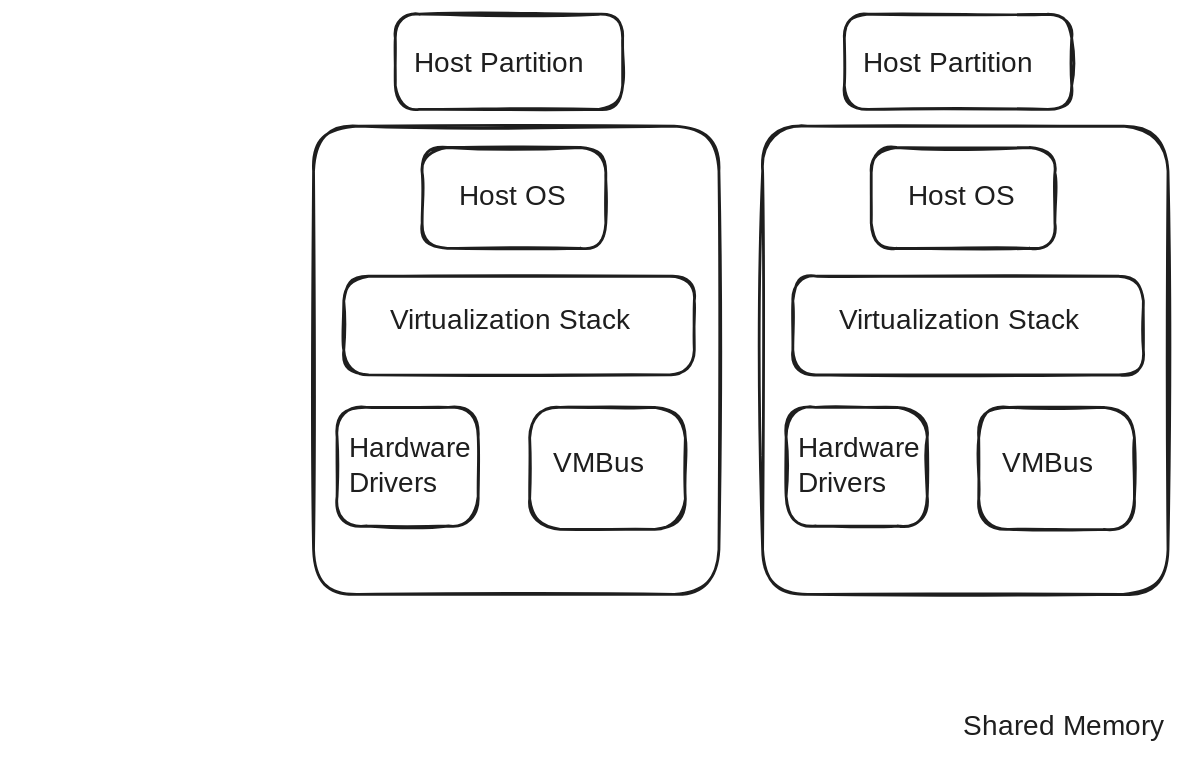
Before: Notes Factory/Semister 5/CLD/qb/rough.excalidraw.svg, a diagram exported from Excalidraw (P7XCKD/NF). Source tidied: one line per element, renumbered; positions are measured from the earlier drawing's top-left corner, leaving out a move shared by most shapes. The source it was exported from:
```json
{"id": 0, "type": "text", "text": "Shared Memory", "strokeColor": "#1e1e1e", "strokeWidth": 2, "roughness": 1, "fontSize": 20, "fontFamily": 5, "x": 464, "y": 498, "width": 146, "height": 25}
{"id": 1, "type": "text", "text": "Host Partition", "strokeColor": "#1e1e1e", "strokeWidth": 2, "roughness": 1, "fontSize": 20, "fontFamily": 5, "x": 72, "y": 24, "width": 141, "height": 25}
{"id": 2, "type": "text", "text": "Host OS", "strokeColor": "#1e1e1e", "strokeWidth": 2, "roughness": 1, "fontSize": 20, "fontFamily": 5, "x": 104, "y": 118, "width": 82, "height": 25}
{"id": 3, "type": "text", "text": "Virtualization Stack", "strokeColor": "#1e1e1e", "strokeWidth": 2, "roughness": 1, "fontSize": 20, "fontFamily": 5, "x": 54, "y": 207, "width": 194, "height": 25}
{"id": 4, "type": "text", "text": "Hardware\nDrivers", "strokeColor": "#1e1e1e", "strokeWidth": 2, "roughness": 1, "fontSize": 20, "fontFamily": 5, "x": 26, "y": 298, "width": 87, "height": 50}
{"id": 5, "type": "text", "text": "    VMBus", "strokeColor": "#1e1e1e", "strokeWidth": 2, "roughness": 1, "fontSize": 20, "fontFamily": 5, "x": 148, "y": 310, "width": 128, "height": 25}
{"id": 6, "type": "rectangle", "strokeColor": "#1e1e1e", "strokeWidth": 2, "roughness": 1, "round": true, "x": 58, "y": 0, "width": 162, "height": 68}
{"id": 7, "type": "rectangle", "strokeColor": "#1e1e1e", "strokeWidth": 2, "roughness": 1, "round": true, "x": 78, "y": 95, "width": 131, "height": 72}
{"id": 8, "type": "rectangle", "strokeColor": "#1e1e1e", "strokeWidth": 2, "roughness": 1, "round": true, "x": 22, "y": 187, "width": 250, "height": 70}
{"id": 9, "type": "rectangle", "strokeColor": "#1e1e1e", "strokeWidth": 2, "roughness": 1, "round": true, "x": 17, "y": 281, "width": 101, "height": 85}
{"id": 10, "type": "rectangle", "strokeColor": "#1e1e1e", "strokeWidth": 2, "roughness": 1, "round": true, "x": 154, "y": 281, "width": 111, "height": 87}
{"id": 11, "type": "rectangle", "strokeColor": "#1e1e1e", "strokeWidth": 2, "roughness": 1, "round": true, "x": 0, "y": 80, "width": 290, "height": 334}
{"id": 12, "type": "text", "text": "Host Partition", "strokeColor": "#1e1e1e", "strokeWidth": 2, "roughness": 1, "fontSize": 20, "fontFamily": 5, "x": 393, "y": 24, "width": 141, "height": 25}
{"id": 13, "type": "text", "text": "Host OS", "strokeColor": "#1e1e1e", "strokeWidth": 2, "roughness": 1, "fontSize": 20, "fontFamily": 5, "x": 425, "y": 118, "width": 82, "height": 25}
{"id": 14, "type": "text", "text": "Virtualization Stack", "strokeColor": "#1e1e1e", "strokeWidth": 2, "roughness": 1, "fontSize": 20, "fontFamily": 5, "x": 375, "y": 207, "width": 194, "height": 25}
{"id": 15, "type": "text", "text": "Hardware\nDrivers", "strokeColor": "#1e1e1e", "strokeWidth": 2, "roughness": 1, "fontSize": 20, "fontFamily": 5, "x": 346, "y": 298, "width": 87, "height": 50}
{"id": 16, "type": "text", "text": "    VMBus", "strokeColor": "#1e1e1e", "strokeWidth": 2, "roughness": 1, "fontSize": 20, "fontFamily": 5, "x": 469, "y": 310, "width": 128, "height": 25}
{"id": 17, "type": "rectangle", "strokeColor": "#1e1e1e", "strokeWidth": 2, "roughness": 1, "round": true, "x": 379, "y": 0, "width": 162, "height": 68}
{"id": 18, "type": "rectangle", "strokeColor": "#1e1e1e", "strokeWidth": 2, "roughness": 1, "round": true, "x": 398, "y": 95, "width": 131, "height": 72}
{"id": 19, "type": "rectangle", "strokeColor": "#1e1e1e", "strokeWidth": 2, "roughness": 1, "round": true, "x": 342, "y": 187, "width": 250, "height": 70}
{"id": 20, "type": "rectangle", "strokeColor": "#1e1e1e", "strokeWidth": 2, "roughness": 1, "round": true, "x": 338, "y": 281, "width": 101, "height": 85}
{"id": 21, "type": "rectangle", "strokeColor": "#1e1e1e", "strokeWidth": 2, "roughness": 1, "round": true, "x": 475, "y": 281, "width": 111, "height": 87}
{"id": 22, "type": "rectangle", "strokeColor": "#1e1e1e", "strokeWidth": 2, "roughness": 1, "round": true, "x": 321, "y": 80, "width": 290, "height": 334}
```
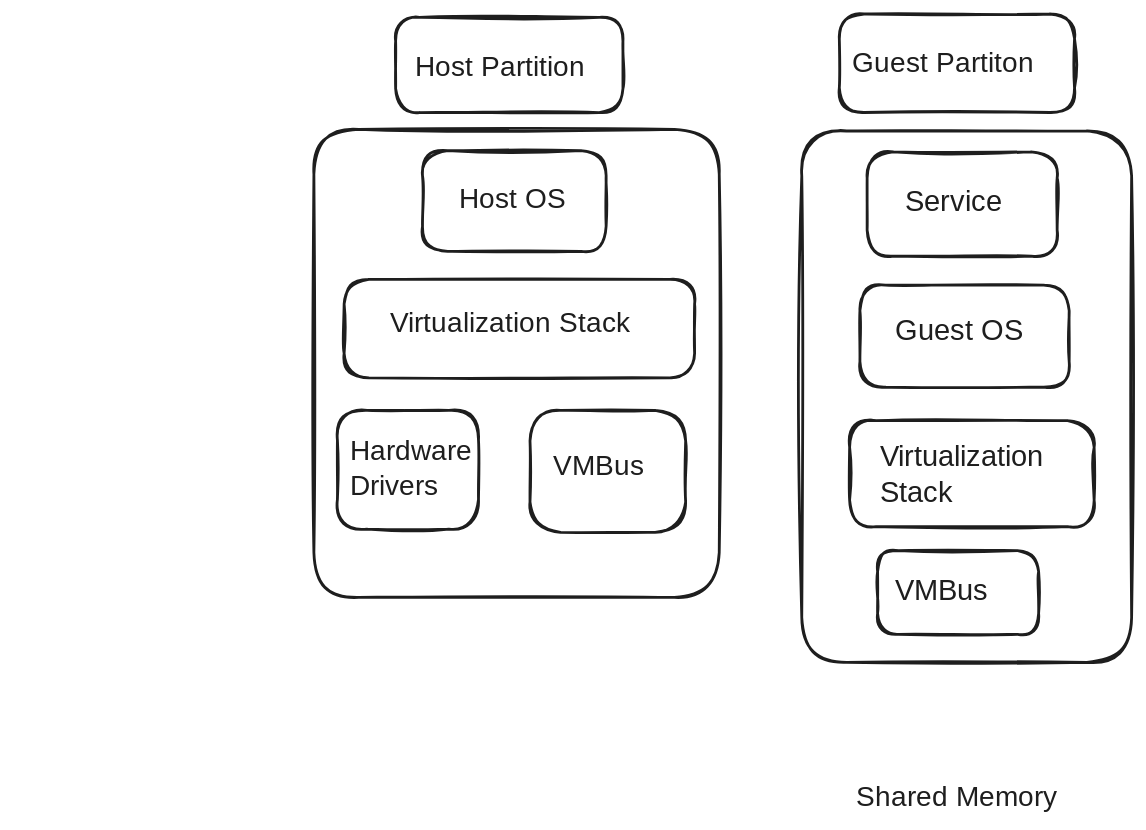
After the commit.

Change to the diagram source:
```diff
@@ -1,4 +1,4 @@
-{"id": 0, "type": "text", "text": "Shared Memory", "strokeColor": "#1e1e1e", "strokeWidth": 2, "roughness": 1, "fontSize": 20, "fontFamily": 5, "x": 464, "y": 498, "width": 146, "height": 25}
+{"id": 0, "type": "text", "text": "Shared Memory", "strokeColor": "#1e1e1e", "strokeWidth": 2, "roughness": 1, "fontSize": 20, "fontFamily": 5, "x": 387, "y": 546, "width": 146, "height": 25}
 {"id": 1, "type": "text", "text": "Host Partition", "strokeColor": "#1e1e1e", "strokeWidth": 2, "roughness": 1, "fontSize": 20, "fontFamily": 5, "x": 72, "y": 24, "width": 141, "height": 25}
 {"id": 2, "type": "text", "text": "Host OS", "strokeColor": "#1e1e1e", "strokeWidth": 2, "roughness": 1, "fontSize": 20, "fontFamily": 5, "x": 104, "y": 118, "width": 82, "height": 25}
 {"id": 3, "type": "text", "text": "Virtualization Stack", "strokeColor": "#1e1e1e", "strokeWidth": 2, "roughness": 1, "fontSize": 20, "fontFamily": 5, "x": 54, "y": 207, "width": 194, "height": 25}
@@ -10,14 +10,14 @@
 {"id": 9, "type": "rectangle", "strokeColor": "#1e1e1e", "strokeWidth": 2, "roughness": 1, "round": true, "x": 17, "y": 281, "width": 101, "height": 85}
 {"id": 10, "type": "rectangle", "strokeColor": "#1e1e1e", "strokeWidth": 2, "roughness": 1, "round": true, "x": 154, "y": 281, "width": 111, "height": 87}
 {"id": 11, "type": "rectangle", "strokeColor": "#1e1e1e", "strokeWidth": 2, "roughness": 1, "round": true, "x": 0, "y": 80, "width": 290, "height": 334}
-{"id": 12, "type": "text", "text": "Host Partition", "strokeColor": "#1e1e1e", "strokeWidth": 2, "roughness": 1, "fontSize": 20, "fontFamily": 5, "x": 393, "y": 24, "width": 141, "height": 25}
-{"id": 13, "type": "text", "text": "Host OS", "strokeColor": "#1e1e1e", "strokeWidth": 2, "roughness": 1, "fontSize": 20, "fontFamily": 5, "x": 425, "y": 118, "width": 82, "height": 25}
+{"id": 13, "type": "text", "text": "Service", "strokeColor": "#1e1e1e", "strokeWidth": 2, "roughness": 1, "fontSize": 20.69, "fontFamily": 5, "x": 423, "y": 120, "width": 71, "height": 26}
-{"id": 14, "type": "text", "text": "Virtualization Stack", "strokeColor": "#1e1e1e", "strokeWidth": 2, "roughness": 1, "fontSize": 20, "fontFamily": 5, "x": 375, "y": 207, "width": 194, "height": 25}
+{"id": 14, "type": "text", "text": "Guest OS", "strokeColor": "#1e1e1e", "strokeWidth": 2, "roughness": 1, "fontSize": 20.69, "fontFamily": 5, "x": 415, "y": 212, "width": 100, "height": 26}
-{"id": 15, "type": "text", "text": "Hardware\nDrivers", "strokeColor": "#1e1e1e", "strokeWidth": 2, "roughness": 1, "fontSize": 20, "fontFamily": 5, "x": 346, "y": 298, "width": 87, "height": 50}
+{"id": 15, "type": "text", "text": "Virtualization\nStack", "strokeColor": "#1e1e1e", "strokeWidth": 2, "roughness": 1, "fontSize": 20.69, "fontFamily": 5, "x": 405, "y": 302, "width": 134, "height": 52}
-{"id": 16, "type": "text", "text": "    VMBus", "strokeColor": "#1e1e1e", "strokeWidth": 2, "roughness": 1, "fontSize": 20, "fontFamily": 5, "x": 469, "y": 310, "width": 128, "height": 25}
+{"id": 16, "type": "text", "text": "    VMBus", "strokeColor": "#1e1e1e", "strokeWidth": 2, "roughness": 1, "fontSize": 20.69, "fontFamily": 5, "x": 392, "y": 398, "width": 133, "height": 26}
-{"id": 17, "type": "rectangle", "strokeColor": "#1e1e1e", "strokeWidth": 2, "roughness": 1, "round": true, "x": 379, "y": 0, "width": 162, "height": 68}
+{"id": 17, "type": "rectangle", "strokeColor": "#1e1e1e", "strokeWidth": 2, "roughness": 1, "round": true, "x": 375, "y": -2, "width": 168, "height": 70}
-{"id": 18, "type": "rectangle", "strokeColor": "#1e1e1e", "strokeWidth": 2, "roughness": 1, "round": true, "x": 398, "y": 95, "width": 131, "height": 72}
+{"id": 18, "type": "rectangle", "strokeColor": "#1e1e1e", "strokeWidth": 2, "roughness": 1, "round": true, "x": 395, "y": 96, "width": 136, "height": 75}
-{"id": 19, "type": "rectangle", "strokeColor": "#1e1e1e", "strokeWidth": 2, "roughness": 1, "round": true, "x": 342, "y": 187, "width": 250, "height": 70}
+{"id": 19, "type": "rectangle", "strokeColor": "#1e1e1e", "strokeWidth": 2, "roughness": 1, "round": true, "x": 390, "y": 191, "width": 150, "height": 73}
-{"id": 20, "type": "rectangle", "strokeColor": "#1e1e1e", "strokeWidth": 2, "roughness": 1, "round": true, "x": 338, "y": 281, "width": 101, "height": 85}
+{"id": 20, "type": "rectangle", "strokeColor": "#1e1e1e", "strokeWidth": 2, "roughness": 1, "round": true, "x": 383, "y": 288, "width": 175, "height": 76}
-{"id": 21, "type": "rectangle", "strokeColor": "#1e1e1e", "strokeWidth": 2, "roughness": 1, "round": true, "x": 475, "y": 281, "width": 111, "height": 87}
+{"id": 21, "type": "rectangle", "strokeColor": "#1e1e1e", "strokeWidth": 2, "roughness": 1, "round": true, "x": 403, "y": 381, "width": 115, "height": 60}
-{"id": 22, "type": "rectangle", "strokeColor": "#1e1e1e", "strokeWidth": 2, "roughness": 1, "round": true, "x": 321, "y": 80, "width": 290, "height": 334}
+{"id": 22, "type": "rectangle", "strokeColor": "#1e1e1e", "strokeWidth": 2, "roughness": 1, "round": true, "x": 349, "y": 81, "width": 236, "height": 380}
+{"id": 23, "type": "text", "text": "Guest Partiton", "strokeColor": "#1e1e1e", "backgroundColor": "#ffffff", "fillStyle": "solid", "strokeWidth": 2, "roughness": 1, "fontSize": 20, "fontFamily": 5, "x": 385, "y": 22, "width": 151, "height": 25}
```
